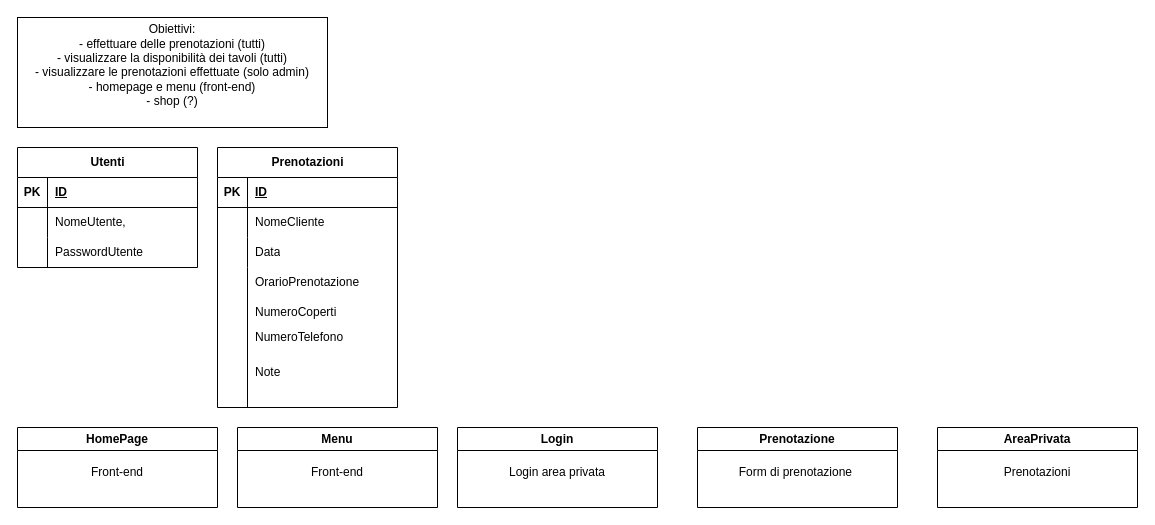
Before: ProjectWork3.drawio in JavLomProjectWork/JavaBistrot, a draw.io diagram. Source tidied: cells renumbered, new cells numbered last; positions are measured from the earlier drawing's top-left corner, leaving out a move shared by most shapes. Both pictures are drawn from the tidied source at 100%, with x=0, y=0 at pixel (17, 17).
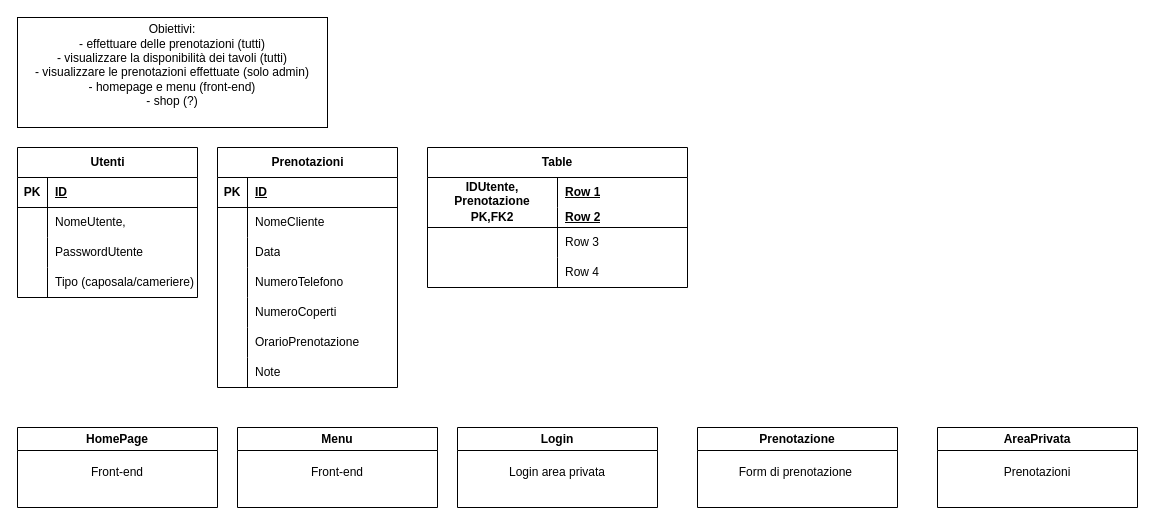
After the change.

The change refers to these unchanged cells:
```xml
<mxCell id="26" style="shape=tableRow;horizontal=0;startSize=0;swimlaneHead=0;swimlaneBody=0;fillColor=none;top=0;left=0;right=0;bottom=0;" parent="1" vertex="1">
  <mxGeometry x="200" y="280" width="180" height="30" as="geometry" />
</mxCell>
<mxCell id="31" style="shape=tableRow;horizontal=0;startSize=0;swimlaneHead=0;swimlaneBody=0;fillColor=none;top=0;left=0;right=0;bottom=0;" parent="1" vertex="1">
  <mxGeometry x="200" y="340" width="180" height="30" as="geometry" />
</mxCell>
```

Change to the diagram source:
```diff
@@
     <mxCell id="2" value="Utenti" style="shape=table;startSize=30;childLayout=tableLayout;rowLines=0;fontStyle=1;align=center;html=1;" parent="1" vertex="1">
-      <mxGeometry y="130" width="180" height="120" as="geometry" />
+      <mxGeometry y="130" width="180" height="150" as="geometry" />
     </mxCell>
@@
+    <mxCell id="45" style="shape=tableRow;horizontal=0;startSize=0;swimlaneHead=0;swimlaneBody=0;fillColor=none;top=0;left=0;right=0;bottom=0;" parent="2" vertex="1">
+      <mxGeometry y="120" width="180" height="30" as="geometry" />
+    </mxCell>
+    <mxCell id="46" style="shape=partialRectangle;fillColor=none;top=0;left=0;bottom=0;right=0;overflow=hidden;whiteSpace=wrap;html=1;" parent="45" vertex="1">
+      <mxGeometry width="30" height="30" as="geometry" />
+    </mxCell>
+    <mxCell id="47" value="Tipo (caposala/cameriere)" style="shape=partialRectangle;fillColor=none;top=0;left=0;bottom=0;right=0;align=left;spacingLeft=6;overflow=hidden;whiteSpace=wrap;html=1;" parent="45" vertex="1">
+      <mxGeometry x="30" width="150" height="30" as="geometry" />
+    </mxCell>
     <mxCell id="12" value="Prenotazioni" style="shape=table;startSize=30;childLayout=tableLayout;rowLines=0;fontStyle=1;align=center;html=1;" parent="1" vertex="1">
-      <mxGeometry x="200" y="130" width="180" height="260" as="geometry" />
+      <mxGeometry x="200" y="130" width="180" height="240" as="geometry" />
     </mxCell>
@@
     <mxCell id="22" style="shape=tableRow;horizontal=0;startSize=0;swimlaneHead=0;swimlaneBody=0;fillColor=none;top=0;left=0;right=0;bottom=0;" parent="12" vertex="1">
-      <mxGeometry y="120" width="180" height="140" as="geometry" />
+      <mxGeometry y="120" width="180" height="30" as="geometry" />
     </mxCell>
     <mxCell id="23" style="shape=partialRectangle;fillColor=none;top=0;left=0;bottom=0;right=0;overflow=hidden;whiteSpace=wrap;html=1;" parent="22" vertex="1">
-      <mxGeometry width="30" height="140" as="geometry" />
+      <mxGeometry width="30" height="30" as="geometry" />
     </mxCell>
     <mxCell id="24" value="NumeroTelefono" style="shape=partialRectangle;fillColor=none;top=0;left=0;bottom=0;right=0;align=left;spacingLeft=6;overflow=hidden;whiteSpace=wrap;html=1;" parent="22" vertex="1">
-      <mxGeometry x="30" width="150" height="140" as="geometry" />
+      <mxGeometry x="30" width="150" height="30" as="geometry" />
     </mxCell>
+    <mxCell id="48" style="shape=tableRow;horizontal=0;startSize=0;swimlaneHead=0;swimlaneBody=0;fillColor=none;top=0;left=0;right=0;bottom=0;" parent="12" vertex="1">
+      <mxGeometry y="150" width="180" height="30" as="geometry" />
+    </mxCell>
+    <mxCell id="49" style="shape=partialRectangle;fillColor=none;top=0;left=0;bottom=0;right=0;overflow=hidden;whiteSpace=wrap;html=1;" parent="48" vertex="1">
+      <mxGeometry width="30" height="30" as="geometry" />
+    </mxCell>
+    <mxCell id="28" value="NumeroCoperti" style="shape=partialRectangle;fillColor=none;top=0;left=0;bottom=0;right=0;align=left;spacingLeft=6;overflow=hidden;whiteSpace=wrap;html=1;" parent="48" vertex="1">
+      <mxGeometry x="30" width="150" height="30" as="geometry" />
+    </mxCell>
+    <mxCell id="50" style="shape=tableRow;horizontal=0;startSize=0;swimlaneHead=0;swimlaneBody=0;fillColor=none;top=0;left=0;right=0;bottom=0;" parent="12" vertex="1">
+      <mxGeometry y="180" width="180" height="30" as="geometry" />
+    </mxCell>
+    <mxCell id="51" style="shape=partialRectangle;fillColor=none;top=0;left=0;bottom=0;right=0;overflow=hidden;whiteSpace=wrap;html=1;" parent="50" vertex="1">
+      <mxGeometry width="30" height="30" as="geometry" />
+    </mxCell>
+    <mxCell id="34" value="OrarioPrenotazione" style="shape=partialRectangle;fillColor=none;top=0;left=0;bottom=0;right=0;align=left;spacingLeft=6;overflow=hidden;whiteSpace=wrap;html=1;" parent="50" vertex="1">
+      <mxGeometry x="30" width="150" height="30" as="geometry" />
+    </mxCell>
+    <mxCell id="52" style="shape=tableRow;horizontal=0;startSize=0;swimlaneHead=0;swimlaneBody=0;fillColor=none;top=0;left=0;right=0;bottom=0;" parent="12" vertex="1">
+      <mxGeometry y="210" width="180" height="30" as="geometry" />
+    </mxCell>
+    <mxCell id="53" style="shape=partialRectangle;fillColor=none;top=0;left=0;bottom=0;right=0;overflow=hidden;whiteSpace=wrap;html=1;" parent="52" vertex="1">
+      <mxGeometry width="30" height="30" as="geometry" />
+    </mxCell>
+    <mxCell id="33" value="Note" style="shape=partialRectangle;fillColor=none;top=0;left=0;bottom=0;right=0;align=left;spacingLeft=6;overflow=hidden;whiteSpace=wrap;html=1;" parent="52" vertex="1">
+      <mxGeometry x="30" width="150" height="30" as="geometry" />
+    </mxCell>
@@
-    <mxCell id="28" value="NumeroCoperti" style="shape=partialRectangle;fillColor=none;top=0;left=0;bottom=0;right=0;align=left;spacingLeft=6;overflow=hidden;whiteSpace=wrap;html=1;" parent="26" vertex="1">
-      <mxGeometry x="30" width="150" height="30" as="geometry" />
-    </mxCell>
@@
-    <mxCell id="33" value="Note" style="shape=partialRectangle;fillColor=none;top=0;left=0;bottom=0;right=0;align=left;spacingLeft=6;overflow=hidden;whiteSpace=wrap;html=1;" parent="31" vertex="1">
-      <mxGeometry x="30" width="150" height="30" as="geometry" />
-    </mxCell>
-    <mxCell id="34" value="OrarioPrenotazione" style="shape=partialRectangle;fillColor=none;top=0;left=0;bottom=0;right=0;align=left;spacingLeft=6;overflow=hidden;whiteSpace=wrap;html=1;" parent="1" vertex="1">
-      <mxGeometry x="230" y="250" width="150" height="30" as="geometry" />
-    </mxCell>
@@
+    <mxCell id="54" value="Table" style="shape=table;startSize=30;childLayout=tableLayout;rowLines=0;fontStyle=1;align=center;html=1;whiteSpace=wrap;" parent="1" vertex="1">
+      <mxGeometry x="410" y="130" width="260" height="140" as="geometry" />
+    </mxCell>
+    <mxCell id="55" style="shape=tableRow;horizontal=0;startSize=0;swimlaneHead=0;swimlaneBody=0;fillColor=none;top=0;left=0;right=0;bottom=0;html=1;" parent="54" vertex="1">
+      <mxGeometry y="30" width="260" height="30" as="geometry" />
+    </mxCell>
+    <mxCell id="56" value="IDUtente, Prenotazione" style="shape=partialRectangle;fillColor=none;top=0;left=0;bottom=0;right=0;fontStyle=1;overflow=hidden;html=1;whiteSpace=wrap;" parent="55" vertex="1">
+      <mxGeometry width="130" height="30" as="geometry" />
+    </mxCell>
+    <mxCell id="57" value="Row 1" style="shape=partialRectangle;fillColor=none;top=0;left=0;bottom=0;right=0;align=left;spacingLeft=6;fontStyle=5;overflow=hidden;html=1;whiteSpace=wrap;" parent="55" vertex="1">
+      <mxGeometry x="130" width="130" height="30" as="geometry" />
+    </mxCell>
+    <mxCell id="58" style="shape=tableRow;horizontal=0;startSize=0;swimlaneHead=0;swimlaneBody=0;fillColor=none;top=0;left=0;right=0;bottom=1;html=1;" parent="54" vertex="1">
+      <mxGeometry y="60" width="260" height="20" as="geometry" />
+    </mxCell>
+    <mxCell id="59" value="PK,FK2" style="shape=partialRectangle;fillColor=none;top=0;left=0;bottom=0;right=0;fontStyle=1;overflow=hidden;html=1;whiteSpace=wrap;" parent="58" vertex="1">
+      <mxGeometry width="130" height="20" as="geometry" />
+    </mxCell>
+    <mxCell id="60" value="Row 2" style="shape=partialRectangle;fillColor=none;top=0;left=0;bottom=0;right=0;align=left;spacingLeft=6;fontStyle=5;overflow=hidden;html=1;whiteSpace=wrap;" parent="58" vertex="1">
+      <mxGeometry x="130" width="130" height="20" as="geometry" />
+    </mxCell>
+    <mxCell id="61" style="shape=tableRow;horizontal=0;startSize=0;swimlaneHead=0;swimlaneBody=0;fillColor=none;top=0;left=0;right=0;bottom=0;html=1;" parent="54" vertex="1">
+      <mxGeometry y="80" width="260" height="30" as="geometry" />
+    </mxCell>
+    <mxCell id="62" style="shape=partialRectangle;fillColor=none;top=0;left=0;bottom=0;right=0;overflow=hidden;html=1;whiteSpace=wrap;" parent="61" vertex="1">
+      <mxGeometry width="130" height="30" as="geometry" />
+    </mxCell>
+    <mxCell id="63" value="Row 3" style="shape=partialRectangle;fillColor=none;top=0;left=0;bottom=0;right=0;align=left;spacingLeft=6;overflow=hidden;html=1;whiteSpace=wrap;" parent="61" vertex="1">
+      <mxGeometry x="130" width="130" height="30" as="geometry" />
+    </mxCell>
+    <mxCell id="64" style="shape=tableRow;horizontal=0;startSize=0;swimlaneHead=0;swimlaneBody=0;fillColor=none;top=0;left=0;right=0;bottom=0;html=1;" parent="54" vertex="1">
+      <mxGeometry y="110" width="260" height="30" as="geometry" />
+    </mxCell>
+    <mxCell id="65" style="shape=partialRectangle;fillColor=none;top=0;left=0;bottom=0;right=0;overflow=hidden;html=1;whiteSpace=wrap;" parent="64" vertex="1">
+      <mxGeometry width="130" height="30" as="geometry" />
+    </mxCell>
+    <mxCell id="66" value="Row 4" style="shape=partialRectangle;fillColor=none;top=0;left=0;bottom=0;right=0;align=left;spacingLeft=6;overflow=hidden;html=1;whiteSpace=wrap;" parent="64" vertex="1">
+      <mxGeometry x="130" width="130" height="30" as="geometry" />
+    </mxCell>
```
